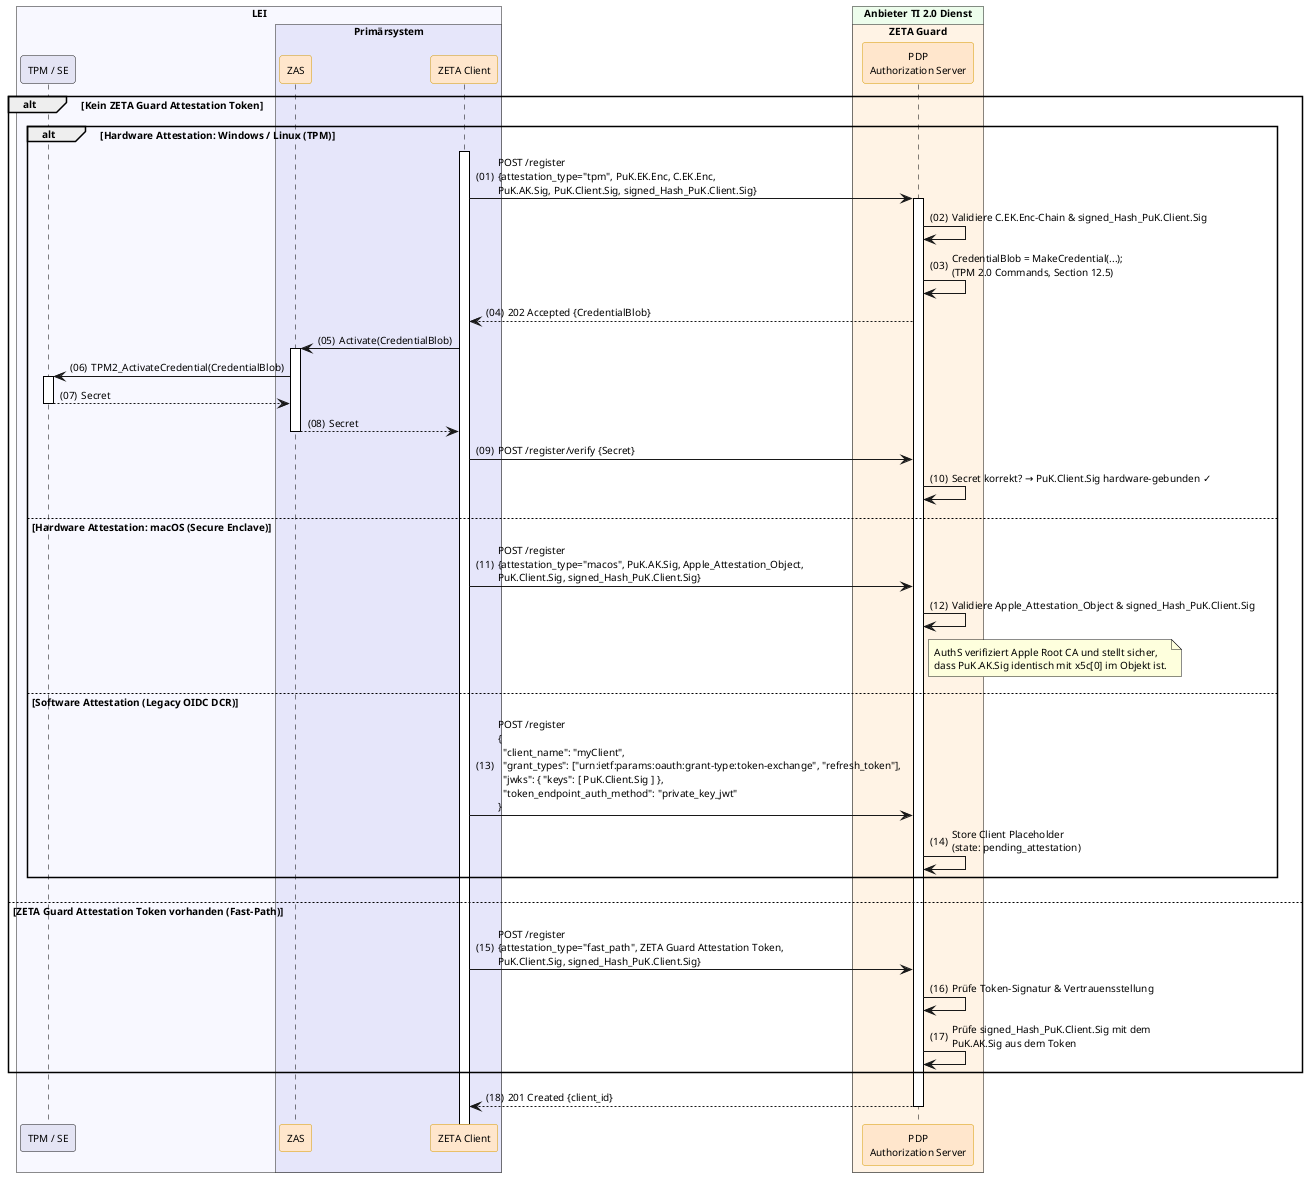
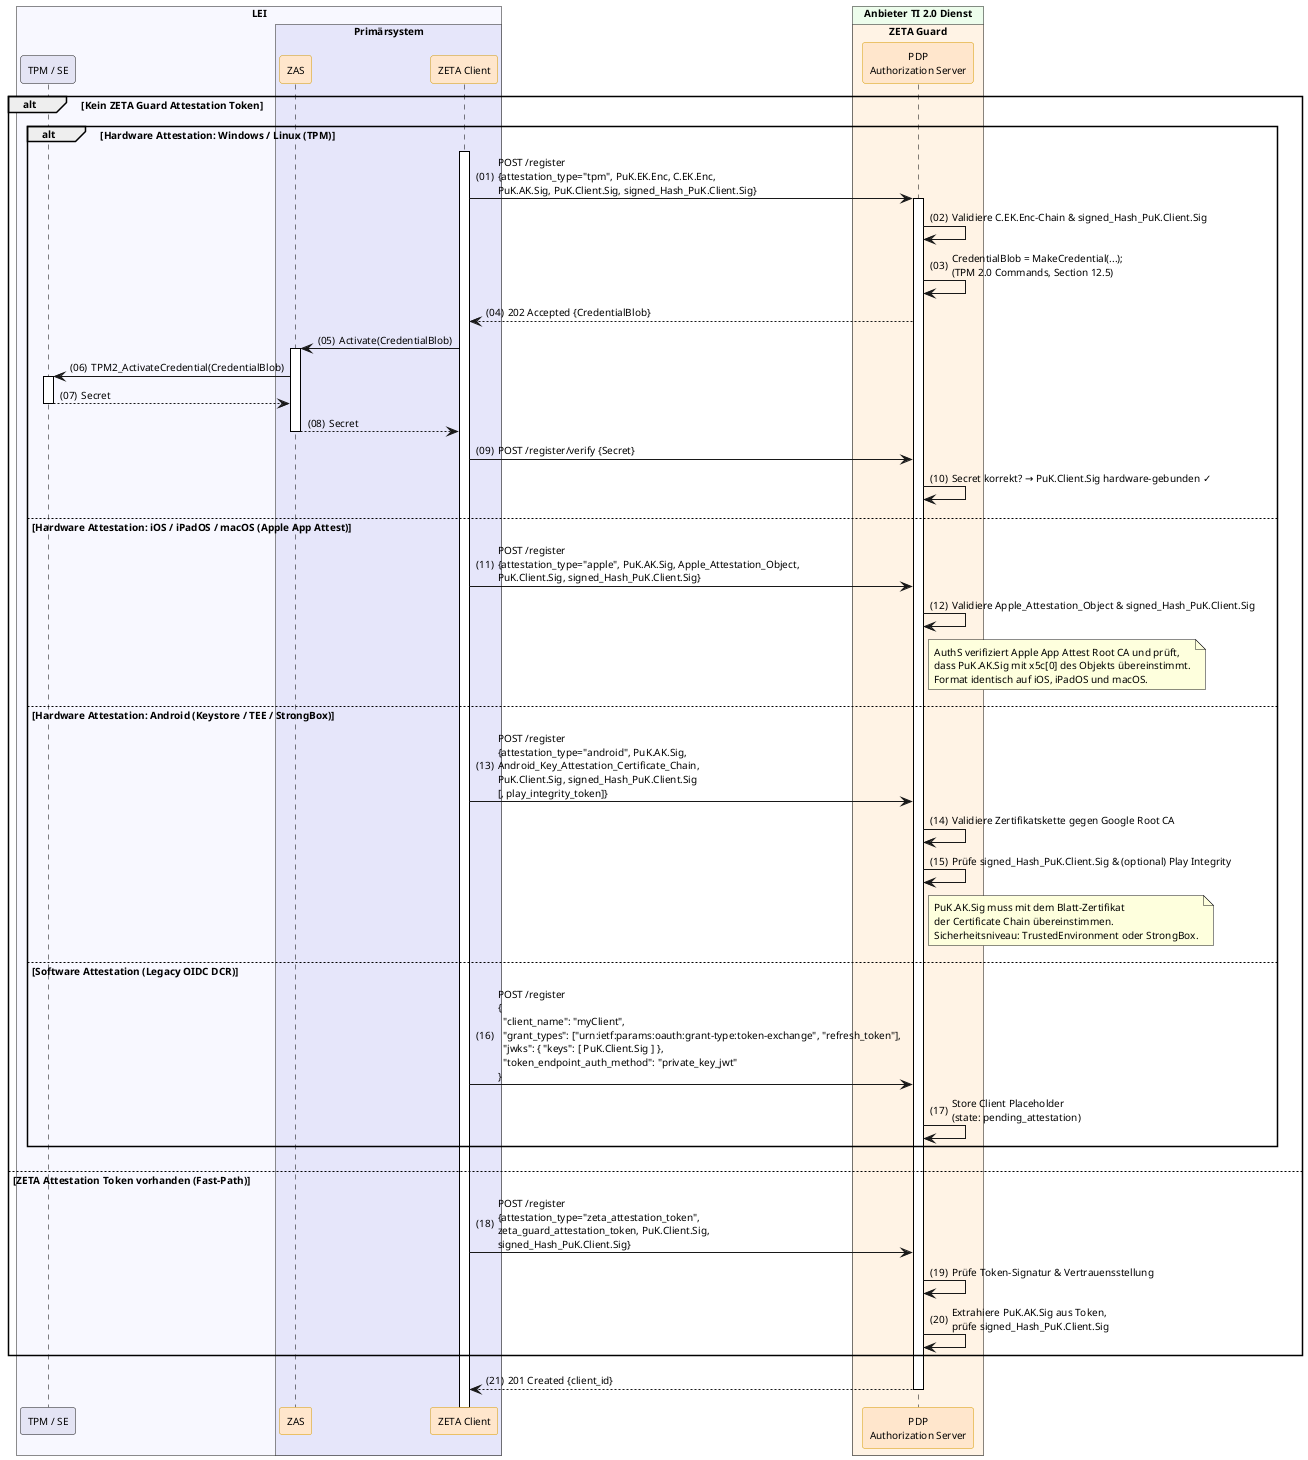
@startuml "dcr-with-key-binding"
autonumber "(00)"
skinparam defaultFontSize 10
skinparam defaultFontName Helvetica
skinparam DefaultMonospacedFontName Courier
skinparam lengthAdjust none
skinparam sequenceReferenceBackgroundColor White
skinparam SequenceReferenceFontSize 12
skinparam sequenceMessageAlign left
hide stereotype

' Box colors
!define ZETA_GUARD_COLOR #FFF3E5
!define LEI_COLOR #GhostWhite
!define LEI_COMPONENT_COLOR #E4E4F4
!define PRIMAERSYSTEM_COLOR #Lavender
!define PROVIDER_COLOR #EDFDEC

' Participant colors
<style>
sequenceDiagram {
  participant {
    .zeta {
      BackgroundColor #FFE6CC
      LineColor #D79B00
    }
    .provider {
      BackgroundColor #D5E8D4
      LineColor #82B366
    }
  }
  lifeline {
    BackgroundColor White
    LineColor Black
  }
}
</style>

' title DCR with Key Binding

!pragma teoz true

box "LEI" #GhostWhite
  participant "TPM / SE" as TPM LEI_COMPONENT_COLOR
  box "Primärsystem" PRIMAERSYSTEM_COLOR
    participant ZAS as "ZAS" <<zeta>>
    participant Client as "ZETA Client" <<zeta>>
  end box
end box

box "Anbieter TI 2.0 Dienst" PROVIDER_COLOR
  box "ZETA Guard" ZETA_GUARD_COLOR
    participant AuthS as "PDP\nAuthorization Server" <<zeta>>
  end box
end box

alt Kein ZETA Guard Attestation Token
    alt Hardware Attestation: Windows / Linux (TPM)
        Client++
        Client -> AuthS++: POST /register\n{attestation_type="tpm", PuK.EK.Enc, C.EK.Enc,\nPuK.AK.Sig, PuK.Client.Sig, signed_Hash_PuK.Client.Sig}
        AuthS -> AuthS: Validiere C.EK.Enc-Chain & signed_Hash_PuK.Client.Sig
        AuthS -> AuthS: CredentialBlob = MakeCredential(...);\n(TPM 2.0 Commands, Section 12.5)
        AuthS --> Client: 202 Accepted {CredentialBlob}

        Client -> ZAS++: Activate(CredentialBlob)
        ZAS -> TPM++: TPM2_ActivateCredential(CredentialBlob)
        TPM --> ZAS--: Secret
        ZAS --> Client--: Secret

        Client -> AuthS: POST /register/verify {Secret}
        AuthS -> AuthS: Secret korrekt? → PuK.Client.Sig hardware-gebunden ✓

-     else Hardware Attestation: macOS (Secure Enclave)
-         Client -> AuthS: POST /register\n{attestation_type="macos", PuK.AK.Sig, Apple_Attestation_Object,\nPuK.Client.Sig, signed_Hash_PuK.Client.Sig}
+     else Hardware Attestation: iOS / iPadOS / macOS (Apple App Attest)
+         Client -> AuthS: POST /register\n{attestation_type="apple", PuK.AK.Sig, Apple_Attestation_Object,\nPuK.Client.Sig, signed_Hash_PuK.Client.Sig}
        AuthS -> AuthS: Validiere Apple_Attestation_Object & signed_Hash_PuK.Client.Sig
-         note right of AuthS: AuthS verifiziert Apple Root CA und stellt sicher,\ndass PuK.AK.Sig identisch mit x5c[0] im Objekt ist.
+         note right of AuthS: AuthS verifiziert Apple App Attest Root CA und prüft,\ndass PuK.AK.Sig mit x5c[0] des Objekts übereinstimmt.\nFormat identisch auf iOS, iPadOS und macOS.
+ 
+     else Hardware Attestation: Android (Keystore / TEE / StrongBox)
+         Client -> AuthS: POST /register\n{attestation_type="android", PuK.AK.Sig,\nAndroid_Key_Attestation_Certificate_Chain,\nPuK.Client.Sig, signed_Hash_PuK.Client.Sig\n[, play_integrity_token]}
+         AuthS -> AuthS: Validiere Zertifikatskette gegen Google Root CA
+         AuthS -> AuthS: Prüfe signed_Hash_PuK.Client.Sig & (optional) Play Integrity
+         note right of AuthS: PuK.AK.Sig muss mit dem Blatt-Zertifikat\nder Certificate Chain übereinstimmen.\nSicherheitsniveau: TrustedEnvironment oder StrongBox.

    else Software Attestation (Legacy OIDC DCR)
        Client -> AuthS: POST /register\n{\n  "client_name": "myClient",\n  "grant_types": ["urn:ietf:params:oauth:grant-type:token-exchange", "refresh_token"],\n  "jwks": { "keys": [ PuK.Client.Sig ] },\n  "token_endpoint_auth_method": "private_key_jwt"\n}
        AuthS -> AuthS: Store Client Placeholder\n(state: pending_attestation)
    end

- else ZETA Guard Attestation Token vorhanden (Fast-Path)
-     Client -> AuthS: POST /register\n{attestation_type="fast_path", ZETA Guard Attestation Token,\nPuK.Client.Sig, signed_Hash_PuK.Client.Sig}
+ else ZETA Attestation Token vorhanden (Fast-Path)
+     Client -> AuthS: POST /register\n{attestation_type="zeta_attestation_token",\nzeta_guard_attestation_token, PuK.Client.Sig,\nsigned_Hash_PuK.Client.Sig}
    AuthS -> AuthS: Prüfe Token-Signatur & Vertrauensstellung
-     AuthS -> AuthS: Prüfe signed_Hash_PuK.Client.Sig mit dem\nPuK.AK.Sig aus dem Token
+     AuthS -> AuthS: Extrahiere PuK.AK.Sig aus Token,\nprüfe signed_Hash_PuK.Client.Sig
end

AuthS --> Client--: 201 Created {client_id}

@enduml